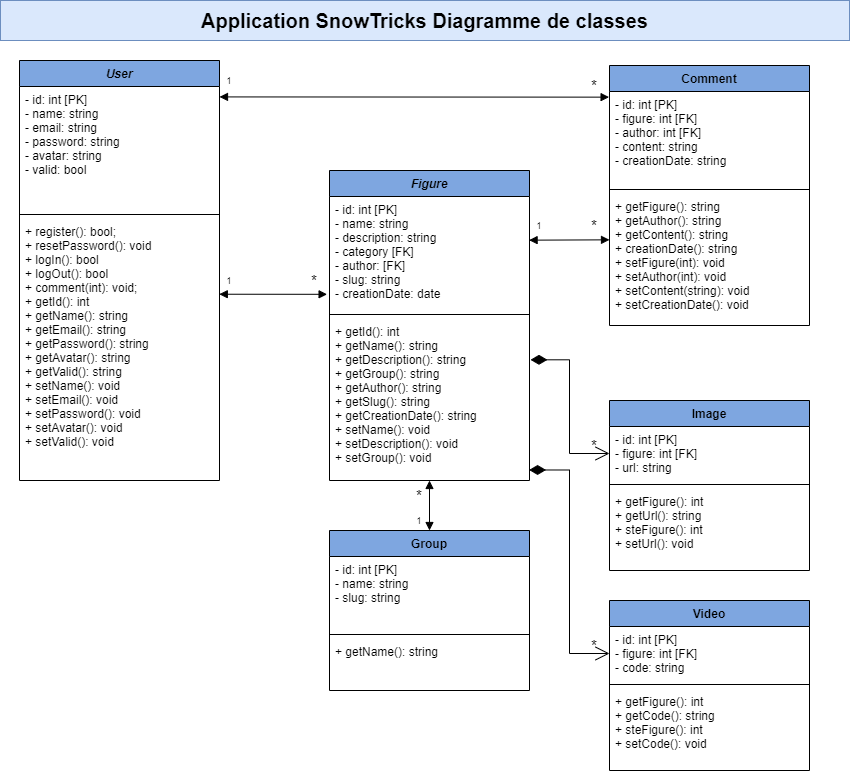
The draw.io diagram diagrammes/diagramme-de-classes.png in fabienVernieres/SnowTricks, before a commit. Source tidied: cells renumbered, new cells last; positions are measured from the earlier drawing's top-left corner, leaving out a move shared by most shapes.
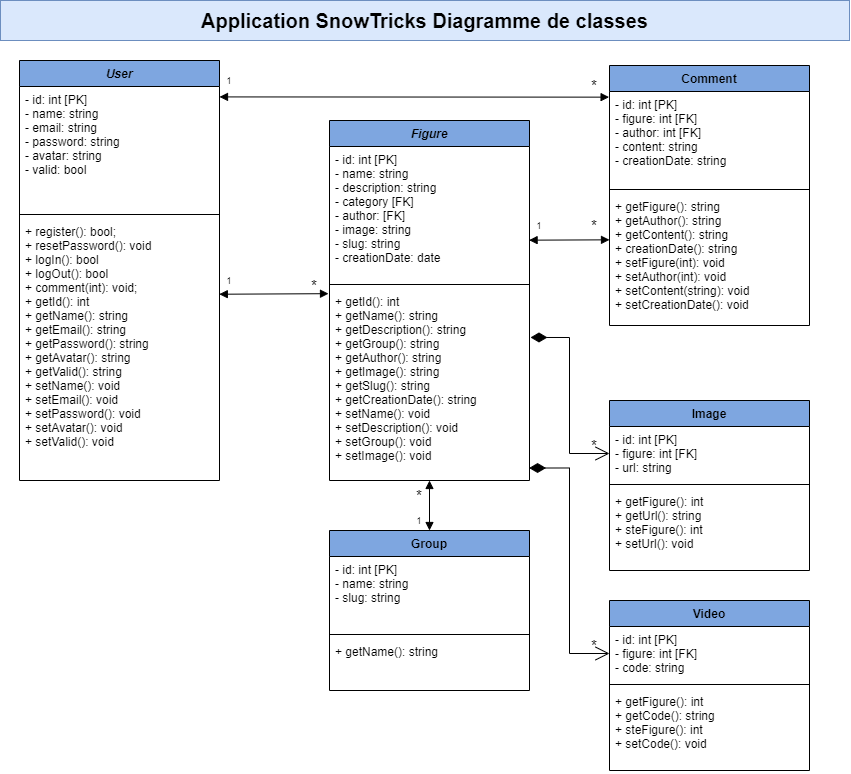
Later version of the same file.

What changed in the source:
```diff
@@ -3,16 +3,16 @@
     <mxCell id="0" />
     <mxCell id="1" parent="0" />
     <mxCell id="2" value="Figure" style="swimlane;fontStyle=3;align=center;verticalAlign=top;horizontal=1;startSize=26;fillColor=#7EA6E0;" parent="1" vertex="1">
-      <mxGeometry x="329" y="170" width="200" height="310" as="geometry" />
+      <mxGeometry x="329" y="120" width="200" height="360" as="geometry" />
     </mxCell>
-    <mxCell id="3" value="- id: int [PK]&#10;- name: string&#10;- description: string&#10;- category [FK]&#10;- author: [FK]&#10;- slug: string&#10;- creationDate: date" style="text;strokeColor=none;fillColor=none;align=left;verticalAlign=top;spacingLeft=4;spacingRight=4;overflow=hidden;points=[[0,0.5],[1,0.5]];portConstraint=eastwest;fontSize=12;" parent="2" vertex="1">
-      <mxGeometry y="26" width="200" height="114" as="geometry" />
+    <mxCell id="3" value="- id: int [PK]&#10;- name: string&#10;- description: string&#10;- category [FK]&#10;- author: [FK]&#10;- image: string&#10;- slug: string&#10;- creationDate: date" style="text;strokeColor=none;fillColor=none;align=left;verticalAlign=top;spacingLeft=4;spacingRight=4;overflow=hidden;points=[[0,0.5],[1,0.5]];portConstraint=eastwest;fontSize=12;" parent="2" vertex="1">
+      <mxGeometry y="26" width="200" height="134" as="geometry" />
     </mxCell>
     <mxCell id="4" style="line;strokeWidth=1;fillColor=none;align=left;verticalAlign=middle;spacingTop=-1;spacingLeft=3;spacingRight=3;labelPosition=right;" parent="2" vertex="1">
-      <mxGeometry y="140" width="200" height="8" as="geometry" />
+      <mxGeometry y="160" width="200" height="8" as="geometry" />
     </mxCell>
-    <mxCell id="5" value="+ getId(): int&#10;+ getName(): string&#10;+ getDescription(): string&#10;+ getGroup(): string&#10;+ getAuthor(): string&#10;+ getSlug(): string&#10;+ getCreationDate(): string&#10;+ setName(): void&#10;+ setDescription(): void&#10;+ setGroup(): void" style="text;strokeColor=none;fillColor=none;align=left;verticalAlign=top;spacingLeft=4;spacingRight=4;overflow=hidden;points=[[0,0.5],[1,0.5]];portConstraint=eastwest;" parent="2" vertex="1">
-      <mxGeometry y="148" width="200" height="162" as="geometry" />
+    <mxCell id="5" value="+ getId(): int&#10;+ getName(): string&#10;+ getDescription(): string&#10;+ getGroup(): string&#10;+ getAuthor(): string&#10;+ getImage(): string&#10;+ getSlug(): string&#10;+ getCreationDate(): string&#10;+ setName(): void&#10;+ setDescription(): void&#10;+ setGroup(): void&#10;+ setImage(): void" style="text;strokeColor=none;fillColor=none;align=left;verticalAlign=top;spacingLeft=4;spacingRight=4;overflow=hidden;points=[[0,0.5],[1,0.5]];portConstraint=eastwest;" parent="2" vertex="1">
+      <mxGeometry y="168" width="200" height="192" as="geometry" />
     </mxCell>
     <mxCell id="6" value="&lt;b&gt;&lt;font style=&quot;font-size: 20px;&quot;&gt;Application SnowTricks Diagramme de classes&lt;/font&gt;&lt;/b&gt;" style="text;html=1;align=center;verticalAlign=middle;whiteSpace=wrap;rounded=0;fillStyle=auto;fillColor=#dae8fc;strokeColor=#6c8ebf;" parent="1" vertex="1">
       <mxGeometry width="849" height="40" as="geometry" />
@@ -97,14 +97,14 @@
     <mxCell id="32" value="+ getFigure(): int&#10;+ getCode(): string&#10;+ steFigure(): int&#10;+ setCode(): void&#10;" style="text;strokeColor=none;fillColor=none;align=left;verticalAlign=top;spacingLeft=4;spacingRight=4;overflow=hidden;" parent="29" vertex="1">
       <mxGeometry y="88" width="200" height="82" as="geometry" />
     </mxCell>
-    <mxCell id="33" style="endArrow=block;startArrow=block;endFill=1;startFill=1;html=1;rounded=0;entryX=-0.012;entryY=0.858;entryDx=0;entryDy=0;entryPerimeter=0;exitX=0.999;exitY=0.289;exitDx=0;exitDy=0;exitPerimeter=0;" parent="1" edge="1" source="22" target="3">
+    <mxCell id="33" style="endArrow=block;startArrow=block;endFill=1;startFill=1;html=1;rounded=0;entryX=-0.005;entryY=0.027;entryDx=0;entryDy=0;entryPerimeter=0;exitX=0.999;exitY=0.289;exitDx=0;exitDy=0;exitPerimeter=0;" parent="1" edge="1" source="22" target="5">
       <mxGeometry relative="1" as="geometry" />
     </mxCell>
     <mxCell id="34" value="&lt;font style=&quot;font-size: 9px;&quot;&gt;1&lt;/font&gt;" style="text;html=1;strokeColor=none;fillColor=none;align=center;verticalAlign=middle;whiteSpace=wrap;rounded=0;fontSize=12;" parent="1" vertex="1">
       <mxGeometry x="219" y="270" width="20" height="20" as="geometry" />
     </mxCell>
     <mxCell id="35" value="*" style="text;html=1;strokeColor=none;fillColor=none;align=center;verticalAlign=middle;whiteSpace=wrap;rounded=0;fontSize=15;" parent="1" vertex="1">
-      <mxGeometry x="309" y="275" width="10" height="10" as="geometry" />
+      <mxGeometry x="309" y="280" width="10" height="10" as="geometry" />
     </mxCell>
     <mxCell id="36" style="endArrow=open;html=1;endSize=12;startArrow=diamondThin;startSize=14;startFill=1;edgeStyle=orthogonalEdgeStyle;align=left;verticalAlign=bottom;rounded=0;fontColor=#7EA6E0;exitX=1.005;exitY=0.255;exitDx=0;exitDy=0;exitPerimeter=0;entryX=0;entryY=0.5;entryDx=0;entryDy=0;" parent="1" edge="1" source="5" target="12">
       <mxGeometry x="-1" y="3" relative="1" as="geometry" />
@@ -118,7 +118,7 @@
     <mxCell id="39" value="*" style="text;html=1;strokeColor=none;fillColor=none;align=center;verticalAlign=middle;whiteSpace=wrap;rounded=0;fontSize=15;" parent="1" vertex="1">
       <mxGeometry x="589" y="640" width="10" height="10" as="geometry" />
     </mxCell>
-    <mxCell id="40" style="endArrow=block;startArrow=block;endFill=1;startFill=1;html=1;rounded=0;entryX=0;entryY=0.351;entryDx=0;entryDy=0;exitX=0.998;exitY=0.383;exitDx=0;exitDy=0;exitPerimeter=0;entryPerimeter=0;" parent="1" edge="1" source="3" target="18">
+    <mxCell id="40" style="endArrow=block;startArrow=block;endFill=1;startFill=1;html=1;rounded=0;entryX=0;entryY=0.351;entryDx=0;entryDy=0;exitX=0.998;exitY=0.699;exitDx=0;exitDy=0;exitPerimeter=0;entryPerimeter=0;" parent="1" edge="1" source="3" target="18">
       <mxGeometry relative="1" as="geometry" />
     </mxCell>
     <mxCell id="41" value="*" style="text;html=1;strokeColor=none;fillColor=none;align=center;verticalAlign=middle;whiteSpace=wrap;rounded=0;fontSize=15;" parent="1" vertex="1">
```
